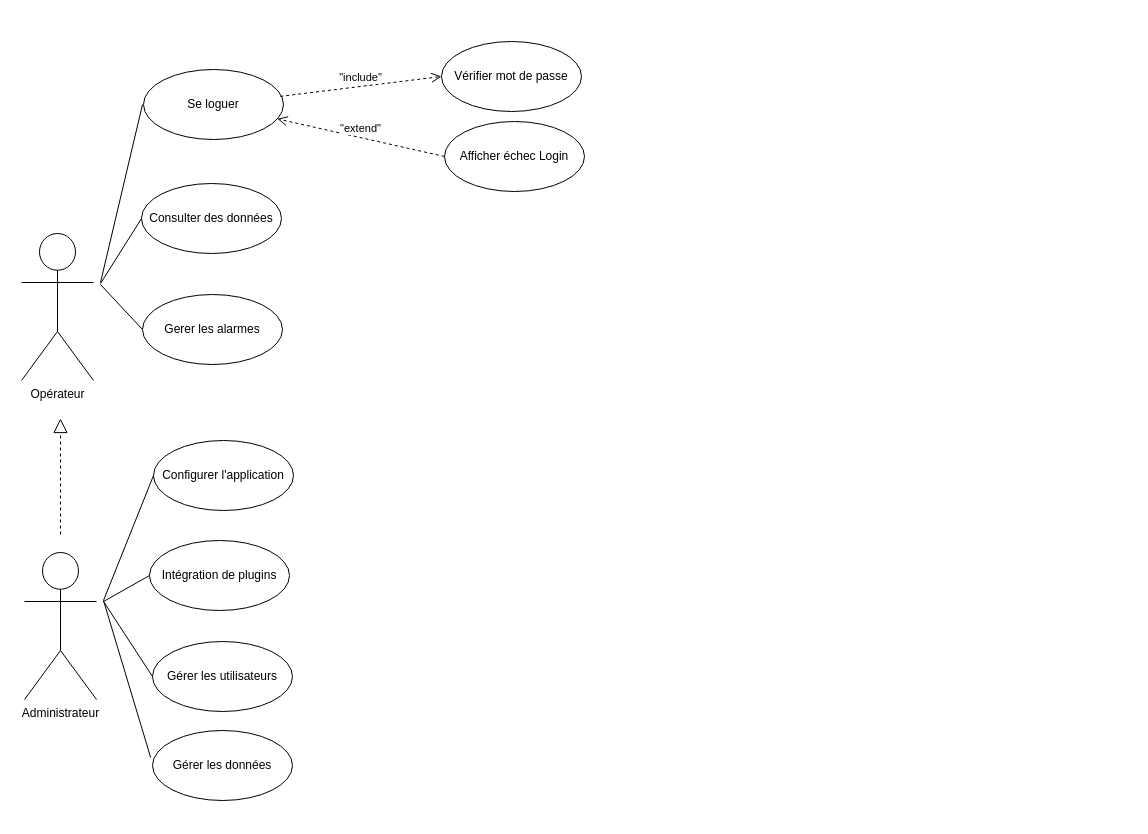
This is docs/useCaseDiagram.drawio from Lionk-Framework/Lionk, a draw.io file, before an edit. Source tidied: cells renumbered, new cells numbered last; positions are measured from the earlier drawing's top-left corner, leaving out a move shared by most shapes. Both pictures are drawn from the tidied source at 100%, with x=0, y=0 at pixel (21, 41).
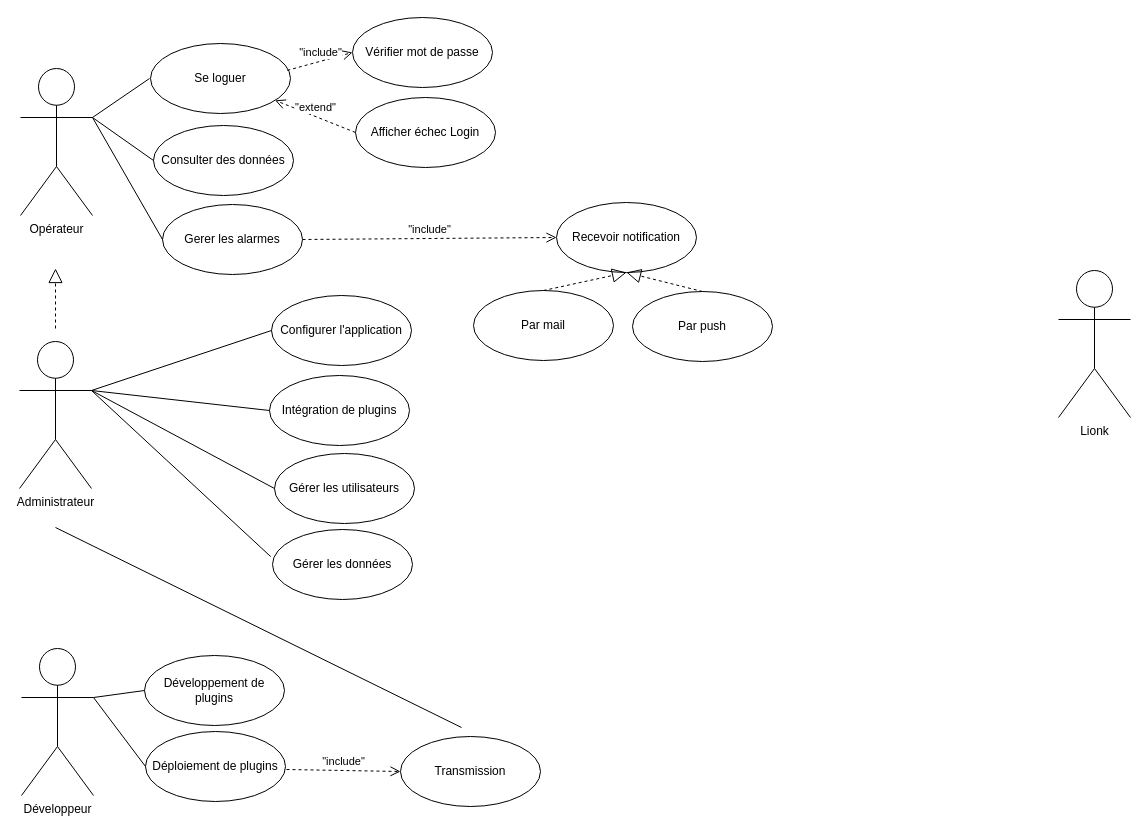
After the change.

Change to the diagram source:
```diff
@@
     <mxCell id="2" value="Opérateur" style="shape=umlActor;verticalLabelPosition=bottom;verticalAlign=top;html=1;" parent="1" vertex="1">
-      <mxGeometry y="192" width="72" height="147" as="geometry" />
+      <mxGeometry x="-1" y="27" width="72" height="147" as="geometry" />
     </mxCell>
     <mxCell id="3" value="Se loguer" style="ellipse;whiteSpace=wrap;html=1;" parent="1" vertex="1">
-      <mxGeometry x="122" y="28" width="140" height="70" as="geometry" />
+      <mxGeometry x="129" y="2" width="140" height="70" as="geometry" />
     </mxCell>
     <mxCell id="4" value="Vérifier mot de passe" style="ellipse;whiteSpace=wrap;html=1;" parent="1" vertex="1">
-      <mxGeometry x="420" width="140" height="70" as="geometry" />
+      <mxGeometry x="331" y="-24" width="140" height="70" as="geometry" />
     </mxCell>
     <mxCell id="5" value="Afficher échec Login" style="ellipse;whiteSpace=wrap;html=1;" parent="1" vertex="1">
-      <mxGeometry x="423" y="80" width="140" height="70" as="geometry" />
+      <mxGeometry x="334" y="56" width="140" height="70" as="geometry" />
     </mxCell>
@@
-    <mxCell id="8" style="endArrow=none;html=1;rounded=0;" parent="1" edge="1">
+    <mxCell id="8" style="endArrow=none;html=1;rounded=0;exitX=1;exitY=0.3333333333333333;exitDx=0;exitDy=0;exitPerimeter=0;" parent="1" edge="1" source="2">
       <mxGeometry relative="1" as="geometry">
-        <mxPoint x="79" y="241" as="sourcePoint" />
-        <mxPoint x="121" y="63" as="targetPoint" />
+        <mxPoint x="128" y="37" as="targetPoint" />
       </mxGeometry>
     </mxCell>
     <mxCell id="9" value="Consulter des données" style="ellipse;whiteSpace=wrap;html=1;" parent="1" vertex="1">
-      <mxGeometry x="120" y="142" width="140" height="70" as="geometry" />
+      <mxGeometry x="132" y="84" width="140" height="70" as="geometry" />
     </mxCell>
-    <mxCell id="10" style="endArrow=none;html=1;rounded=0;entryX=0;entryY=0.5;entryDx=0;entryDy=0;" parent="1" edge="1" target="9">
-      <mxGeometry relative="1" as="geometry">
-        <mxPoint x="79" y="242" as="sourcePoint" />
-      </mxGeometry>
+    <mxCell id="10" style="endArrow=none;html=1;rounded=0;entryX=0;entryY=0.5;entryDx=0;entryDy=0;exitX=1;exitY=0.3333333333333333;exitDx=0;exitDy=0;exitPerimeter=0;" parent="1" edge="1" source="2" target="9">
+      <mxGeometry relative="1" as="geometry" />
     </mxCell>
     <mxCell id="11" value="Gerer les alarmes" style="ellipse;whiteSpace=wrap;html=1;" parent="1" vertex="1">
-      <mxGeometry x="121" y="253" width="140" height="70" as="geometry" />
+      <mxGeometry x="141" y="163" width="140" height="70" as="geometry" />
     </mxCell>
-    <mxCell id="12" style="endArrow=none;html=1;rounded=0;entryX=0;entryY=0.5;entryDx=0;entryDy=0;" parent="1" edge="1" target="11">
-      <mxGeometry relative="1" as="geometry">
-        <mxPoint x="79" y="243" as="sourcePoint" />
-      </mxGeometry>
+    <mxCell id="12" style="endArrow=none;html=1;rounded=0;entryX=0;entryY=0.5;entryDx=0;entryDy=0;exitX=1;exitY=0.3333333333333333;exitDx=0;exitDy=0;exitPerimeter=0;" parent="1" edge="1" source="2" target="11">
+      <mxGeometry relative="1" as="geometry" />
     </mxCell>
     <mxCell id="13" value="Administrateur" style="shape=umlActor;verticalLabelPosition=bottom;verticalAlign=top;html=1;" parent="1" vertex="1">
-      <mxGeometry x="3" y="511" width="72" height="147" as="geometry" />
+      <mxGeometry x="-2" y="300" width="72" height="147" as="geometry" />
     </mxCell>
     <mxCell id="14" style="endArrow=block;dashed=1;endFill=0;endSize=12;html=1;rounded=0;" parent="1" edge="1">
       <mxGeometry relative="1" as="geometry">
-        <mxPoint x="39" y="493" as="sourcePoint" />
-        <mxPoint x="39" y="377" as="targetPoint" />
+        <mxPoint x="34" y="287" as="sourcePoint" />
+        <mxPoint x="34" y="227" as="targetPoint" />
       </mxGeometry>
     </mxCell>
     <mxCell id="15" value="Configurer l'application" style="ellipse;whiteSpace=wrap;html=1;" parent="1" vertex="1">
-      <mxGeometry x="132" y="399" width="140" height="70" as="geometry" />
+      <mxGeometry x="250" y="254" width="140" height="70" as="geometry" />
     </mxCell>
     <mxCell id="16" value="Intégration de plugins" style="ellipse;whiteSpace=wrap;html=1;" parent="1" vertex="1">
-      <mxGeometry x="128" y="499" width="140" height="70" as="geometry" />
+      <mxGeometry x="248" y="334" width="140" height="70" as="geometry" />
     </mxCell>
     <mxCell id="17" value="Gérer les utilisateurs" style="ellipse;whiteSpace=wrap;html=1;" parent="1" vertex="1">
-      <mxGeometry x="131" y="600" width="140" height="70" as="geometry" />
+      <mxGeometry x="253" y="412" width="140" height="70" as="geometry" />
     </mxCell>
     <mxCell id="18" value="Gérer les données" style="ellipse;whiteSpace=wrap;html=1;" parent="1" vertex="1">
-      <mxGeometry x="131" y="689" width="140" height="70" as="geometry" />
+      <mxGeometry x="251" y="488" width="140" height="70" as="geometry" />
     </mxCell>
-    <mxCell id="19" style="endArrow=none;html=1;rounded=0;entryX=0;entryY=0.5;entryDx=0;entryDy=0;" parent="1" edge="1" target="15">
-      <mxGeometry relative="1" as="geometry">
-        <mxPoint x="82" y="559" as="sourcePoint" />
-      </mxGeometry>
+    <mxCell id="19" style="endArrow=none;html=1;rounded=0;entryX=0;entryY=0.5;entryDx=0;entryDy=0;exitX=1;exitY=0.3333333333333333;exitDx=0;exitDy=0;exitPerimeter=0;" parent="1" edge="1" source="13" target="15">
+      <mxGeometry relative="1" as="geometry" />
     </mxCell>
-    <mxCell id="20" style="endArrow=none;html=1;rounded=0;entryX=0;entryY=0.5;entryDx=0;entryDy=0;" parent="1" edge="1" target="16">
-      <mxGeometry relative="1" as="geometry">
-        <mxPoint x="82" y="560" as="sourcePoint" />
-      </mxGeometry>
+    <mxCell id="20" style="endArrow=none;html=1;rounded=0;entryX=0;entryY=0.5;entryDx=0;entryDy=0;exitX=1;exitY=0.3333333333333333;exitDx=0;exitDy=0;exitPerimeter=0;" parent="1" edge="1" source="13" target="16">
+      <mxGeometry relative="1" as="geometry" />
     </mxCell>
-    <mxCell id="21" style="endArrow=none;html=1;rounded=0;entryX=0;entryY=0.5;entryDx=0;entryDy=0;" parent="1" edge="1" target="17">
-      <mxGeometry relative="1" as="geometry">
-        <mxPoint x="82" y="560" as="sourcePoint" />
-      </mxGeometry>
+    <mxCell id="21" style="endArrow=none;html=1;rounded=0;entryX=0;entryY=0.5;entryDx=0;entryDy=0;exitX=1;exitY=0.3333333333333333;exitDx=0;exitDy=0;exitPerimeter=0;" parent="1" edge="1" source="13" target="17">
+      <mxGeometry relative="1" as="geometry" />
     </mxCell>
-    <mxCell id="22" style="endArrow=none;html=1;rounded=0;entryX=-0.013;entryY=0.387;entryDx=0;entryDy=0;entryPerimeter=0;" parent="1" edge="1" target="18">
-      <mxGeometry relative="1" as="geometry">
-        <mxPoint x="82" y="559" as="sourcePoint" />
-      </mxGeometry>
+    <mxCell id="22" style="endArrow=none;html=1;rounded=0;entryX=-0.013;entryY=0.387;entryDx=0;entryDy=0;entryPerimeter=0;exitX=1;exitY=0.3333333333333333;exitDx=0;exitDy=0;exitPerimeter=0;" parent="1" edge="1" source="13" target="18">
+      <mxGeometry relative="1" as="geometry" />
     </mxCell>
+    <mxCell id="23" value="Lionk" style="shape=umlActor;verticalLabelPosition=bottom;verticalAlign=top;html=1;" parent="1" vertex="1">
+      <mxGeometry x="1037" y="229" width="72" height="147" as="geometry" />
+    </mxCell>
+    <mxCell id="24" value="Recevoir notification" style="ellipse;whiteSpace=wrap;html=1;" parent="1" vertex="1">
+      <mxGeometry x="535" y="161" width="140" height="70" as="geometry" />
+    </mxCell>
+    <mxCell id="25" value="Par mail" style="ellipse;whiteSpace=wrap;html=1;" parent="1" vertex="1">
+      <mxGeometry x="452" y="249" width="140" height="70" as="geometry" />
+    </mxCell>
+    <mxCell id="26" value="Par push" style="ellipse;whiteSpace=wrap;html=1;" parent="1" vertex="1">
+      <mxGeometry x="611" y="250" width="140" height="70" as="geometry" />
+    </mxCell>
+    <mxCell id="27" style="endArrow=block;dashed=1;endFill=0;endSize=12;html=1;rounded=0;exitX=0.5;exitY=0;exitDx=0;exitDy=0;entryX=0.5;entryY=1;entryDx=0;entryDy=0;" parent="1" edge="1" source="25" target="24">
+      <mxGeometry relative="1" as="geometry" />
+    </mxCell>
+    <mxCell id="28" style="endArrow=block;dashed=1;endFill=0;endSize=12;html=1;rounded=0;exitX=0.5;exitY=0;exitDx=0;exitDy=0;entryX=0.5;entryY=1;entryDx=0;entryDy=0;" parent="1" edge="1" source="26" target="24">
+      <mxGeometry relative="1" as="geometry" />
+    </mxCell>
+    <mxCell id="29" value="Développeur" style="shape=umlActor;verticalLabelPosition=bottom;verticalAlign=top;html=1;" parent="1" vertex="1">
+      <mxGeometry y="607" width="72" height="147" as="geometry" />
+    </mxCell>
+    <mxCell id="30" value="Développement de plugins" style="ellipse;whiteSpace=wrap;html=1;" parent="1" vertex="1">
+      <mxGeometry x="123" y="614" width="140" height="70" as="geometry" />
+    </mxCell>
+    <mxCell id="31" value="Déploiement de plugins" style="ellipse;whiteSpace=wrap;html=1;" parent="1" vertex="1">
+      <mxGeometry x="124" y="690" width="140" height="70" as="geometry" />
+    </mxCell>
+    <mxCell id="32" style="endArrow=none;html=1;rounded=0;entryX=0;entryY=0.5;entryDx=0;entryDy=0;exitX=1;exitY=0.3333333333333333;exitDx=0;exitDy=0;exitPerimeter=0;" parent="1" edge="1" source="29" target="30">
+      <mxGeometry relative="1" as="geometry" />
+    </mxCell>
+    <mxCell id="33" style="endArrow=none;html=1;rounded=0;entryX=0;entryY=0.5;entryDx=0;entryDy=0;exitX=1;exitY=0.3333333333333333;exitDx=0;exitDy=0;exitPerimeter=0;" parent="1" edge="1" source="29" target="31">
+      <mxGeometry relative="1" as="geometry" />
+    </mxCell>
+    <mxCell id="34" value="Transmission" style="ellipse;whiteSpace=wrap;html=1;" parent="1" vertex="1">
+      <mxGeometry x="379" y="695" width="140" height="70" as="geometry" />
+    </mxCell>
+    <mxCell id="35" value="&quot;include&quot;" style="html=1;verticalAlign=bottom;endArrow=open;dashed=1;endSize=8;curved=0;rounded=0;exitX=0.977;exitY=0.384;exitDx=0;exitDy=0;exitPerimeter=0;entryX=0;entryY=0.5;entryDx=0;entryDy=0;" parent="1" edge="1" target="34">
+      <mxGeometry relative="1" as="geometry">
+        <mxPoint x="265" y="728" as="sourcePoint" />
+      </mxGeometry>
+    </mxCell>
+    <mxCell id="36" style="endArrow=none;html=1;rounded=0;" parent="1" edge="1">
+      <mxGeometry relative="1" as="geometry">
+        <mxPoint x="34" y="486" as="sourcePoint" />
+        <mxPoint x="440" y="686" as="targetPoint" />
+      </mxGeometry>
+    </mxCell>
+    <mxCell id="37" value="&quot;include&quot;" style="html=1;verticalAlign=bottom;endArrow=open;dashed=1;endSize=8;curved=0;rounded=0;exitX=1;exitY=0.5;exitDx=0;exitDy=0;entryX=0;entryY=0.5;entryDx=0;entryDy=0;" parent="1" edge="1" source="11" target="24">
+      <mxGeometry relative="1" as="geometry" />
+    </mxCell>
```
